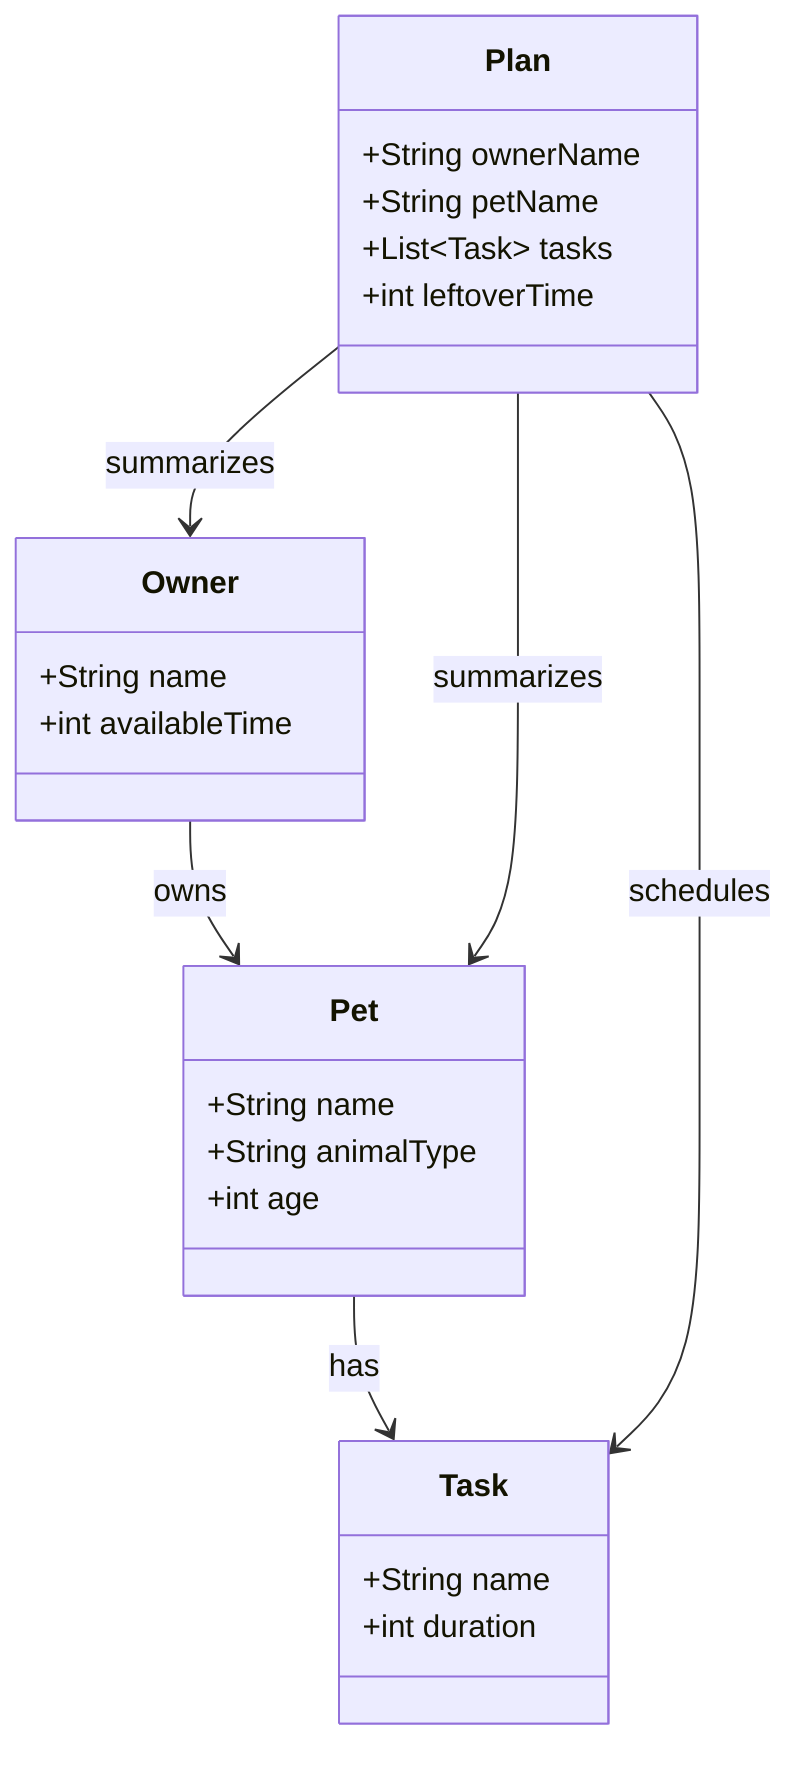
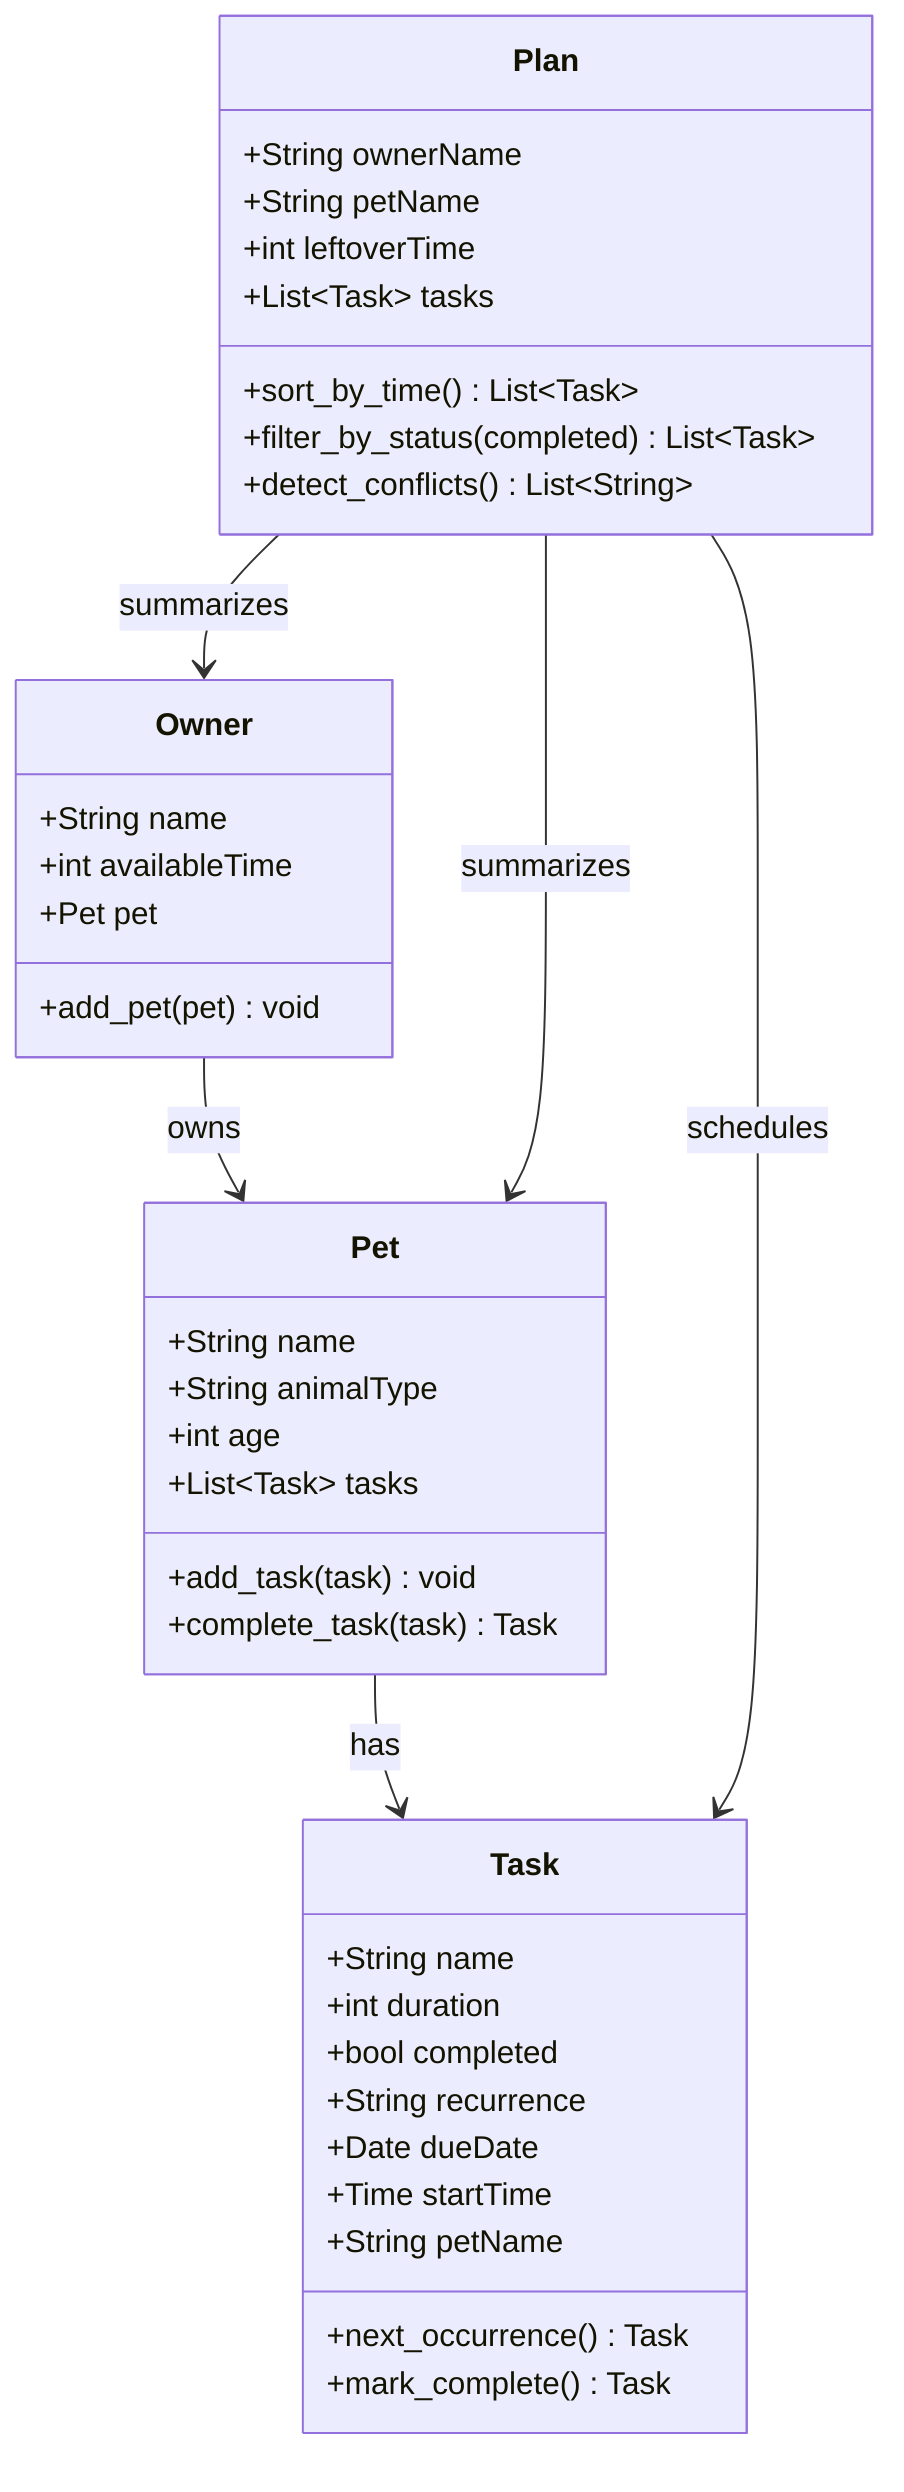
classDiagram
    %% PawPal+ class diagram

    class Task {
        +String name
        +int duration
+         +bool completed
+         +String recurrence
+         +Date dueDate
+         +Time startTime
+         +String petName
+         +next_occurrence() Task
+         +mark_complete() Task
    }

    class Pet {
        +String name
        +String animalType
        +int age
+         +List~Task~ tasks
+         +add_task(task) void
+         +complete_task(task) Task
    }

    class Owner {
        +String name
        +int availableTime
+         +Pet pet
+         +add_pet(pet) void
    }

    class Plan {
        +String ownerName
        +String petName
+         +int leftoverTime
        +List~Task~ tasks
-         +int leftoverTime
+         +sort_by_time() List~Task~
+         +filter_by_status(completed) List~Task~
+         +detect_conflicts() List~String~
    }

    Owner --> Pet : owns
    Pet --> Task : has
    Plan --> Owner : summarizes
    Plan --> Pet : summarizes
    Plan --> Task : schedules
